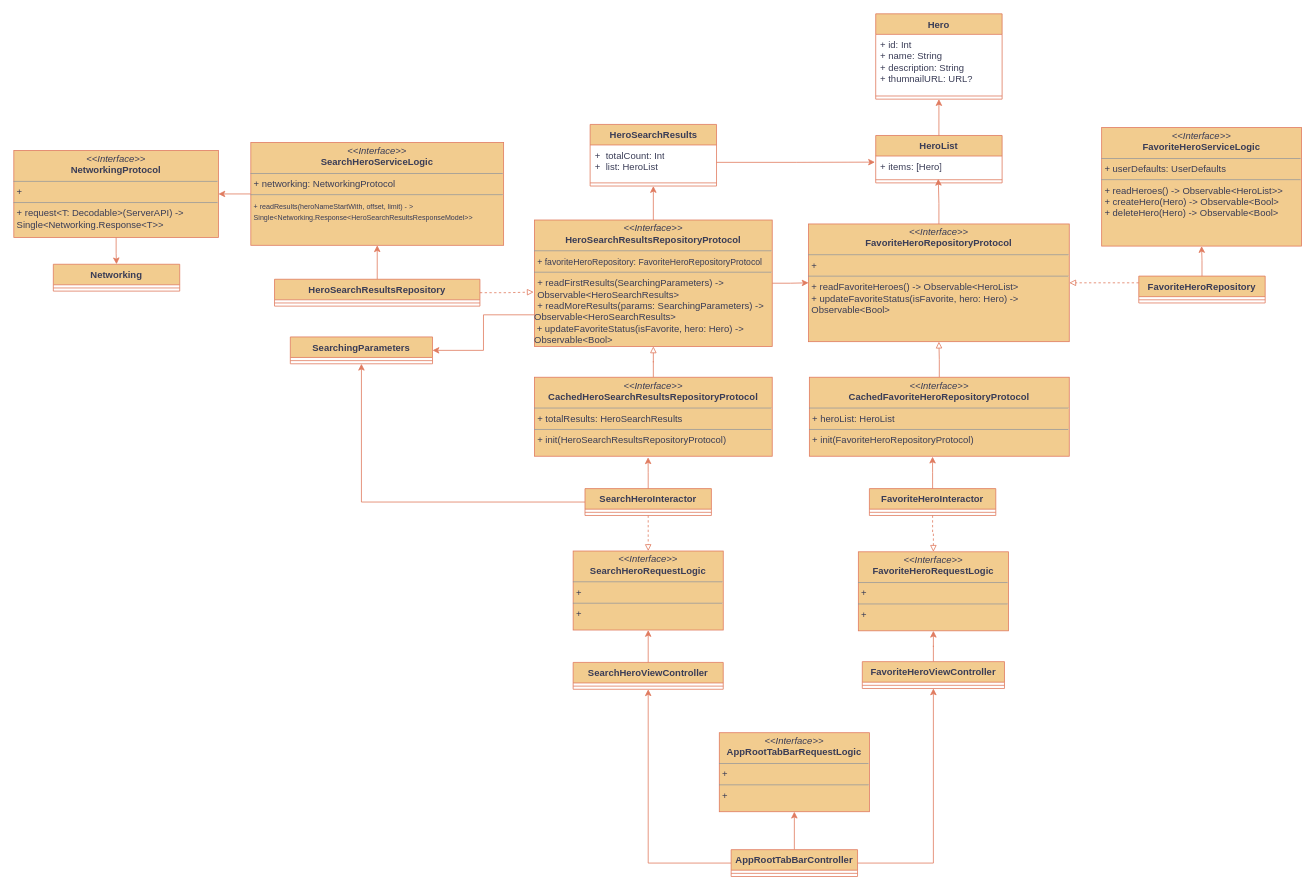
gookhee/diagrams keeps this draw.io diagram as page "앱 구조" (1 of 2) of Characters.drawio. Above is the earlier version. Source tidied: cells renumbered, new cells numbered last; positions are measured from the earlier drawing's top-left corner, leaving out a move shared by most shapes. Both pictures are drawn from the tidied source at 79%, with x=0, y=0 at pixel (13, 13).
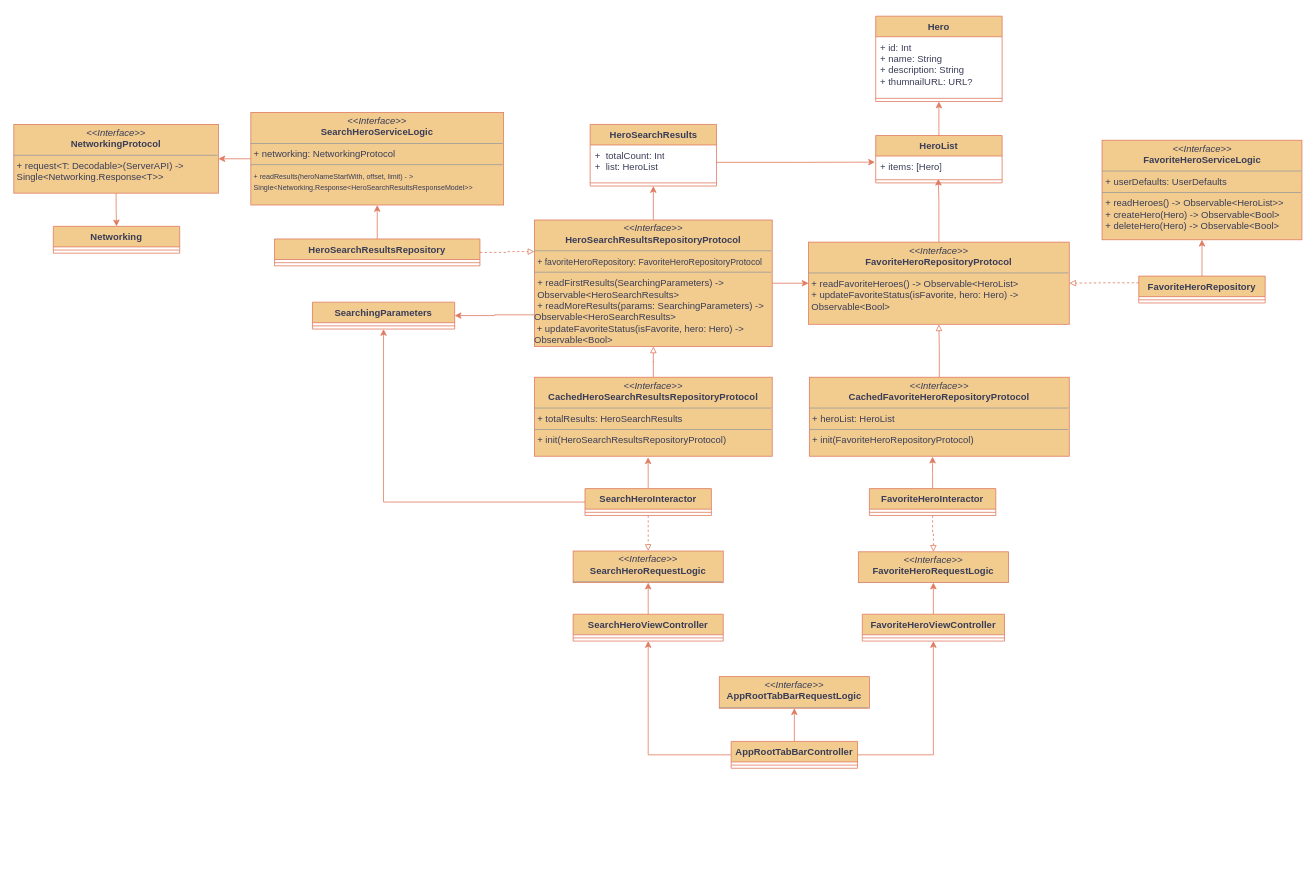
The same page after the edit.

Unchanged cells that the change refers to:
```xml
<mxCell id="29" value="&lt;p style=&quot;margin:0px;margin-top:4px;text-align:center;&quot;&gt;&lt;i&gt;&amp;lt;&amp;lt;Interface&amp;gt;&amp;gt;&lt;/i&gt;&lt;br&gt;&lt;b&gt;HeroSearchResultsRepositoryProtocol&lt;/b&gt;&lt;/p&gt;&lt;hr size=&quot;1&quot;&gt;&lt;p style=&quot;margin:0px;margin-left:4px;&quot;&gt;&lt;font style=&quot;font-size: 11px;&quot;&gt;+ favoriteHeroRepository: FavoriteHeroRepositoryProtocol&lt;/font&gt;&lt;/p&gt;&lt;hr size=&quot;1&quot;&gt;&lt;p style=&quot;margin:0px;margin-left:4px;&quot;&gt;+ readFirstResults(SearchingParameters) -&amp;gt; Observable&amp;lt;HeroSearchResults&amp;gt;&lt;/p&gt;&lt;p style=&quot;margin:0px;margin-left:4px;&quot;&gt;+ readMoreResults(params: SearchingParameters) -&amp;gt;&amp;nbsp;&lt;/p&gt;Observable&amp;lt;HeroSearchResults&amp;gt;&lt;br&gt;&amp;nbsp;+ updateFavoriteStatus(isFavorite, hero: Hero) -&amp;gt; Observable&amp;lt;Bool&amp;gt;" style="verticalAlign=top;align=left;overflow=fill;fontSize=12;fontFamily=Helvetica;html=1;whiteSpace=wrap;labelBackgroundColor=none;fillColor=#F2CC8F;strokeColor=#E07A5F;fontColor=#393C56;" parent="1" vertex="1">
  <mxGeometry x="659" y="261" width="301" height="160" as="geometry" />
</mxCell>
```

What changed in the source:
```diff
@@
     <mxCell id="5" value="AppRootTabBarController" style="swimlane;fontStyle=1;align=center;verticalAlign=top;horizontal=1;startSize=26;whiteSpace=wrap;html=1;labelBackgroundColor=none;fillColor=#F2CC8F;strokeColor=#E07A5F;fontColor=#393C56;" parent="1" vertex="1">
-      <mxGeometry x="908" y="1058" width="160" height="34" as="geometry" />
+      <mxGeometry x="908" y="921" width="160" height="34" as="geometry" />
     </mxCell>
@@
     <mxCell id="8" value="SearchHeroViewController" style="swimlane;fontStyle=1;align=center;verticalAlign=top;horizontal=1;startSize=26;whiteSpace=wrap;html=1;labelBackgroundColor=none;fillColor=#F2CC8F;strokeColor=#E07A5F;fontColor=#393C56;" parent="1" vertex="1">
-      <mxGeometry x="708" y="821" width="190" height="34" as="geometry" />
+      <mxGeometry x="708" y="760" width="190" height="34" as="geometry" />
     </mxCell>
@@
     <mxCell id="11" value="FavoriteHeroViewController" style="swimlane;fontStyle=1;align=center;verticalAlign=top;horizontal=1;startSize=26;whiteSpace=wrap;html=1;labelBackgroundColor=none;fillColor=#F2CC8F;strokeColor=#E07A5F;fontColor=#393C56;" parent="1" vertex="1">
-      <mxGeometry x="1074" y="820" width="180" height="34" as="geometry" />
+      <mxGeometry x="1074" y="760" width="180" height="34" as="geometry" />
     </mxCell>
@@
-    <mxCell id="13" value="&lt;p style=&quot;margin:0px;margin-top:4px;text-align:center;&quot;&gt;&lt;i&gt;&amp;lt;&amp;lt;Interface&amp;gt;&amp;gt;&lt;/i&gt;&lt;br&gt;&lt;b&gt;&lt;font style=&quot;font-size: 12px;&quot;&gt;SearchHeroRequestLogic&lt;/font&gt;&lt;/b&gt;&lt;/p&gt;&lt;hr size=&quot;1&quot;&gt;&lt;p style=&quot;margin:0px;margin-left:4px;&quot;&gt;+&amp;nbsp;&lt;br&gt;&lt;/p&gt;&lt;hr size=&quot;1&quot;&gt;&lt;p style=&quot;margin:0px;margin-left:4px;&quot;&gt;+&amp;nbsp;&lt;br&gt;&lt;/p&gt;" style="verticalAlign=top;align=left;overflow=fill;fontSize=12;fontFamily=Helvetica;html=1;whiteSpace=wrap;labelBackgroundColor=none;fillColor=#F2CC8F;strokeColor=#E07A5F;fontColor=#393C56;" parent="1" vertex="1">
-      <mxGeometry x="708" y="680" width="190" height="100" as="geometry" />
+    <mxCell id="13" value="&lt;p style=&quot;margin:0px;margin-top:4px;text-align:center;&quot;&gt;&lt;i&gt;&amp;lt;&amp;lt;Interface&amp;gt;&amp;gt;&lt;/i&gt;&lt;br&gt;&lt;b&gt;&lt;font style=&quot;font-size: 12px;&quot;&gt;SearchHeroRequestLogic&lt;/font&gt;&lt;/b&gt;&lt;/p&gt;&lt;hr size=&quot;1&quot;&gt;&lt;p style=&quot;margin:0px;margin-left:4px;&quot;&gt;&lt;br&gt;&lt;/p&gt;&lt;hr size=&quot;1&quot;&gt;&lt;p style=&quot;margin:0px;margin-left:4px;&quot;&gt;&lt;br&gt;&lt;/p&gt;" style="verticalAlign=top;align=left;overflow=fill;fontSize=12;fontFamily=Helvetica;html=1;whiteSpace=wrap;labelBackgroundColor=none;fillColor=#F2CC8F;strokeColor=#E07A5F;fontColor=#393C56;" parent="1" vertex="1">
+      <mxGeometry x="708" y="680" width="190" height="40" as="geometry" />
     </mxCell>
-    <mxCell id="14" value="&lt;p style=&quot;margin:0px;margin-top:4px;text-align:center;&quot;&gt;&lt;i&gt;&amp;lt;&amp;lt;Interface&amp;gt;&amp;gt;&lt;/i&gt;&lt;br&gt;&lt;b&gt;FavoriteHeroRequestLogic&lt;/b&gt;&lt;/p&gt;&lt;hr size=&quot;1&quot;&gt;&lt;p style=&quot;margin:0px;margin-left:4px;&quot;&gt;+&amp;nbsp;&lt;br&gt;&lt;/p&gt;&lt;hr size=&quot;1&quot;&gt;&lt;p style=&quot;margin:0px;margin-left:4px;&quot;&gt;+&amp;nbsp;&lt;br&gt;&lt;/p&gt;" style="verticalAlign=top;align=left;overflow=fill;fontSize=12;fontFamily=Helvetica;html=1;whiteSpace=wrap;labelBackgroundColor=none;fillColor=#F2CC8F;strokeColor=#E07A5F;fontColor=#393C56;" parent="1" vertex="1">
-      <mxGeometry x="1069" y="681" width="190" height="100" as="geometry" />
+    <mxCell id="14" value="&lt;p style=&quot;margin:0px;margin-top:4px;text-align:center;&quot;&gt;&lt;i&gt;&amp;lt;&amp;lt;Interface&amp;gt;&amp;gt;&lt;/i&gt;&lt;br&gt;&lt;b&gt;FavoriteHeroRequestLogic&lt;/b&gt;&lt;/p&gt;&lt;hr size=&quot;1&quot;&gt;&lt;p style=&quot;margin:0px;margin-left:4px;&quot;&gt;&lt;br&gt;&lt;/p&gt;&lt;p style=&quot;margin:0px;margin-left:4px;&quot;&gt;&lt;br&gt;&lt;/p&gt;" style="verticalAlign=top;align=left;overflow=fill;fontSize=12;fontFamily=Helvetica;html=1;whiteSpace=wrap;labelBackgroundColor=none;fillColor=#F2CC8F;strokeColor=#E07A5F;fontColor=#393C56;" parent="1" vertex="1">
+      <mxGeometry x="1069" y="681" width="190" height="39" as="geometry" />
     </mxCell>
-    <mxCell id="15" value="&lt;p style=&quot;margin:0px;margin-top:4px;text-align:center;&quot;&gt;&lt;i&gt;&amp;lt;&amp;lt;Interface&amp;gt;&amp;gt;&lt;/i&gt;&lt;br&gt;&lt;b&gt;AppRootTabBarRequestLogic&lt;/b&gt;&lt;/p&gt;&lt;hr size=&quot;1&quot;&gt;&lt;p style=&quot;margin:0px;margin-left:4px;&quot;&gt;+&amp;nbsp;&lt;br&gt;&lt;/p&gt;&lt;hr size=&quot;1&quot;&gt;&lt;p style=&quot;margin:0px;margin-left:4px;&quot;&gt;+&amp;nbsp;&lt;br&gt;&lt;/p&gt;" style="verticalAlign=top;align=left;overflow=fill;fontSize=12;fontFamily=Helvetica;html=1;whiteSpace=wrap;labelBackgroundColor=none;fillColor=#F2CC8F;strokeColor=#E07A5F;fontColor=#393C56;" parent="1" vertex="1">
-      <mxGeometry x="893" y="910" width="190" height="100" as="geometry" />
+    <mxCell id="15" value="&lt;p style=&quot;margin:0px;margin-top:4px;text-align:center;&quot;&gt;&lt;i&gt;&amp;lt;&amp;lt;Interface&amp;gt;&amp;gt;&lt;/i&gt;&lt;br&gt;&lt;b&gt;AppRootTabBarRequestLogic&lt;/b&gt;&lt;/p&gt;&lt;hr size=&quot;1&quot;&gt;&lt;p style=&quot;margin:0px;margin-left:4px;&quot;&gt;&lt;br&gt;&lt;/p&gt;&lt;hr size=&quot;1&quot;&gt;&lt;p style=&quot;margin:0px;margin-left:4px;&quot;&gt;&lt;br&gt;&lt;/p&gt;" style="verticalAlign=top;align=left;overflow=fill;fontSize=12;fontFamily=Helvetica;html=1;whiteSpace=wrap;labelBackgroundColor=none;fillColor=#F2CC8F;strokeColor=#E07A5F;fontColor=#393C56;" parent="1" vertex="1">
+      <mxGeometry x="893" y="839" width="190" height="40" as="geometry" />
     </mxCell>
@@
     <mxCell id="30" value="&lt;p style=&quot;margin:0px;margin-top:4px;text-align:center;&quot;&gt;&lt;i&gt;&amp;lt;&amp;lt;Interface&amp;gt;&amp;gt;&lt;/i&gt;&lt;br&gt;&lt;b&gt;FavoriteHeroServiceLogic&lt;/b&gt;&lt;/p&gt;&lt;hr size=&quot;1&quot;&gt;&lt;p style=&quot;margin:0px;margin-left:4px;&quot;&gt;+ userDefaults: UserDefaults&lt;br&gt;&lt;/p&gt;&lt;hr size=&quot;1&quot;&gt;&lt;p style=&quot;margin:0px;margin-left:4px;&quot;&gt;+ readHeroes() -&amp;gt; Observable&amp;lt;HeroList&amp;gt;&amp;gt;&lt;br&gt;&lt;/p&gt;&lt;p style=&quot;margin:0px;margin-left:4px;&quot;&gt;+ createHero(Hero) -&amp;gt; Observable&amp;lt;Bool&amp;gt;&lt;/p&gt;&lt;p style=&quot;margin:0px;margin-left:4px;&quot;&gt;+ deleteHero(Hero) -&amp;gt; Observable&amp;lt;Bool&amp;gt;&lt;/p&gt;" style="verticalAlign=top;align=left;overflow=fill;fontSize=12;fontFamily=Helvetica;html=1;whiteSpace=wrap;labelBackgroundColor=none;fillColor=#F2CC8F;strokeColor=#E07A5F;fontColor=#393C56;" parent="1" vertex="1">
-      <mxGeometry x="1377" y="144" width="253" height="150" as="geometry" />
+      <mxGeometry x="1377.5" y="160" width="253" height="126" as="geometry" />
     </mxCell>
-    <mxCell id="31" style="edgeStyle=orthogonalEdgeStyle;rounded=0;jettySize=auto;html=1;entryX=-0.003;entryY=0.57;entryDx=0;entryDy=0;dashed=1;endArrow=block;endFill=0;entryPerimeter=0;labelBackgroundColor=none;strokeColor=#E07A5F;fontColor=default;" parent="1" edge="1" source="33" target="29">
+    <mxCell id="31" style="edgeStyle=orthogonalEdgeStyle;rounded=0;jettySize=auto;html=1;entryX=0;entryY=0.25;entryDx=0;entryDy=0;dashed=1;endArrow=block;endFill=0;labelBackgroundColor=none;strokeColor=#E07A5F;fontColor=default;" parent="1" edge="1" source="33" target="29">
       <mxGeometry relative="1" as="geometry" />
     </mxCell>
@@
     <mxCell id="33" value="HeroSearchResultsRepository" style="swimlane;fontStyle=1;align=center;verticalAlign=top;horizontal=1;startSize=26;whiteSpace=wrap;html=1;labelBackgroundColor=none;fillColor=#F2CC8F;strokeColor=#E07A5F;fontColor=#393C56;" parent="1" vertex="1">
-      <mxGeometry x="330" y="336" width="260" height="34" as="geometry" />
+      <mxGeometry x="330" y="285" width="260" height="34" as="geometry" />
     </mxCell>
@@
     <mxCell id="36" value="&lt;p style=&quot;margin:0px;margin-top:4px;text-align:center;&quot;&gt;&lt;i&gt;&amp;lt;&amp;lt;Interface&amp;gt;&amp;gt;&lt;/i&gt;&lt;br&gt;&lt;b&gt;SearchHeroServiceLogic&lt;/b&gt;&lt;/p&gt;&lt;hr size=&quot;1&quot;&gt;&lt;p style=&quot;margin:0px;margin-left:4px;&quot;&gt;+ networking: NetworkingProtocol&lt;br&gt;&lt;/p&gt;&lt;hr size=&quot;1&quot;&gt;&lt;p style=&quot;margin:0px;margin-left:4px;&quot;&gt;&lt;font style=&quot;font-size: 9px;&quot;&gt;+ readResults(heroNameStartWith, offset, limit) - &amp;gt; Single&amp;lt;Networking.Response&amp;lt;HeroSearchResultsResponseModel&amp;gt;&amp;gt;&lt;/font&gt;&lt;br&gt;&lt;/p&gt;" style="verticalAlign=top;align=left;overflow=fill;fontSize=12;fontFamily=Helvetica;html=1;whiteSpace=wrap;labelBackgroundColor=none;fillColor=#F2CC8F;strokeColor=#E07A5F;fontColor=#393C56;" parent="1" vertex="1">
-      <mxGeometry x="300" y="163" width="320" height="130" as="geometry" />
+      <mxGeometry x="300" y="125" width="320" height="117" as="geometry" />
     </mxCell>
@@
-    <mxCell id="39" value="&lt;p style=&quot;margin:0px;margin-top:4px;text-align:center;&quot;&gt;&lt;i&gt;&amp;lt;&amp;lt;Interface&amp;gt;&amp;gt;&lt;/i&gt;&lt;br&gt;&lt;b&gt;FavoriteHeroRepositoryProtocol&lt;/b&gt;&lt;/p&gt;&lt;hr size=&quot;1&quot;&gt;&lt;p style=&quot;margin:0px;margin-left:4px;&quot;&gt;+&amp;nbsp;&lt;br&gt;&lt;/p&gt;&lt;hr size=&quot;1&quot;&gt;&lt;p style=&quot;margin:0px;margin-left:4px;&quot;&gt;+ readFavoriteHeroes() -&amp;gt; Observable&amp;lt;HeroList&amp;gt;&lt;/p&gt;&lt;p style=&quot;margin:0px;margin-left:4px;&quot;&gt;+ updateFavoriteStatus(isFavorite, hero: Hero) -&amp;gt; Observable&amp;lt;Bool&amp;gt;&lt;/p&gt;" style="verticalAlign=top;align=left;overflow=fill;fontSize=12;fontFamily=Helvetica;html=1;whiteSpace=wrap;labelBackgroundColor=none;fillColor=#F2CC8F;strokeColor=#E07A5F;fontColor=#393C56;" parent="1" vertex="1">
-      <mxGeometry x="1006" y="266" width="330" height="149" as="geometry" />
+    <mxCell id="39" value="&lt;p style=&quot;margin:0px;margin-top:4px;text-align:center;&quot;&gt;&lt;i&gt;&amp;lt;&amp;lt;Interface&amp;gt;&amp;gt;&lt;/i&gt;&lt;br&gt;&lt;b&gt;FavoriteHeroRepositoryProtocol&lt;/b&gt;&lt;/p&gt;&lt;hr size=&quot;1&quot;&gt;&lt;p style=&quot;margin:0px;margin-left:4px;&quot;&gt;+ readFavoriteHeroes() -&amp;gt; Observable&amp;lt;HeroList&amp;gt;&lt;/p&gt;&lt;p style=&quot;margin:0px;margin-left:4px;&quot;&gt;+ updateFavoriteStatus(isFavorite, hero: Hero) -&amp;gt; Observable&amp;lt;Bool&amp;gt;&lt;/p&gt;" style="verticalAlign=top;align=left;overflow=fill;fontSize=12;fontFamily=Helvetica;html=1;whiteSpace=wrap;labelBackgroundColor=none;fillColor=#F2CC8F;strokeColor=#E07A5F;fontColor=#393C56;" parent="1" vertex="1">
+      <mxGeometry x="1006" y="289" width="330" height="104" as="geometry" />
     </mxCell>
@@
     <mxCell id="54" value="Hero" style="swimlane;fontStyle=1;align=center;verticalAlign=top;horizontal=1;startSize=26;whiteSpace=wrap;html=1;labelBackgroundColor=none;fillColor=#F2CC8F;strokeColor=#E07A5F;fontColor=#393C56;" parent="1" vertex="1">
-      <mxGeometry x="1091" width="160" height="108" as="geometry" />
+      <mxGeometry x="1091" y="3" width="160" height="108" as="geometry" />
     </mxCell>
@@
     <mxCell id="57" value="SearchingParameters" style="swimlane;fontStyle=1;align=center;verticalAlign=top;horizontal=1;startSize=26;whiteSpace=wrap;html=1;labelBackgroundColor=none;fillColor=#F2CC8F;strokeColor=#E07A5F;fontColor=#393C56;" parent="1" vertex="1">
-      <mxGeometry x="350" y="409" width="180" height="34" as="geometry" />
+      <mxGeometry x="378" y="365" width="180" height="34" as="geometry" />
     </mxCell>
@@
-    <mxCell id="60" value="&lt;p style=&quot;margin:0px;margin-top:4px;text-align:center;&quot;&gt;&lt;i&gt;&amp;lt;&amp;lt;Interface&amp;gt;&amp;gt;&lt;/i&gt;&lt;br&gt;&lt;b&gt;NetworkingProtocol&lt;/b&gt;&lt;/p&gt;&lt;hr size=&quot;1&quot;&gt;&lt;p style=&quot;margin:0px;margin-left:4px;&quot;&gt;+&amp;nbsp;&lt;br&gt;&lt;/p&gt;&lt;hr size=&quot;1&quot;&gt;&lt;p style=&quot;margin:0px;margin-left:4px;&quot;&gt;+ request&amp;lt;T: Decodable&amp;gt;(ServerAPI) -&amp;gt; Single&amp;lt;Networking.Response&amp;lt;T&amp;gt;&amp;gt;&lt;br&gt;&lt;/p&gt;" style="verticalAlign=top;align=left;overflow=fill;fontSize=12;fontFamily=Helvetica;html=1;whiteSpace=wrap;strokeColor=#E07A5F;fontColor=#393C56;fillColor=#F2CC8F;labelBackgroundColor=none;" parent="1" vertex="1">
-      <mxGeometry y="173" width="259" height="110" as="geometry" />
+    <mxCell id="60" value="&lt;p style=&quot;margin:0px;margin-top:4px;text-align:center;&quot;&gt;&lt;i&gt;&amp;lt;&amp;lt;Interface&amp;gt;&amp;gt;&lt;/i&gt;&lt;br&gt;&lt;b&gt;NetworkingProtocol&lt;/b&gt;&lt;/p&gt;&lt;hr size=&quot;1&quot;&gt;&lt;p style=&quot;margin:0px;margin-left:4px;&quot;&gt;+ request&amp;lt;T: Decodable&amp;gt;(ServerAPI) -&amp;gt; Single&amp;lt;Networking.Response&amp;lt;T&amp;gt;&amp;gt;&lt;br&gt;&lt;/p&gt;" style="verticalAlign=top;align=left;overflow=fill;fontSize=12;fontFamily=Helvetica;html=1;whiteSpace=wrap;strokeColor=#E07A5F;fontColor=#393C56;fillColor=#F2CC8F;labelBackgroundColor=none;" parent="1" vertex="1">
+      <mxGeometry y="140" width="259" height="87" as="geometry" />
     </mxCell>
     <mxCell id="61" value="Networking" style="swimlane;fontStyle=1;align=center;verticalAlign=top;horizontal=1;startSize=26;whiteSpace=wrap;html=1;strokeColor=#E07A5F;fontColor=#393C56;fillColor=#F2CC8F;labelBackgroundColor=none;" parent="1" vertex="1">
-      <mxGeometry x="50" y="317" width="160" height="34" as="geometry" />
+      <mxGeometry x="50" y="269" width="160" height="34" as="geometry" />
     </mxCell>
```
